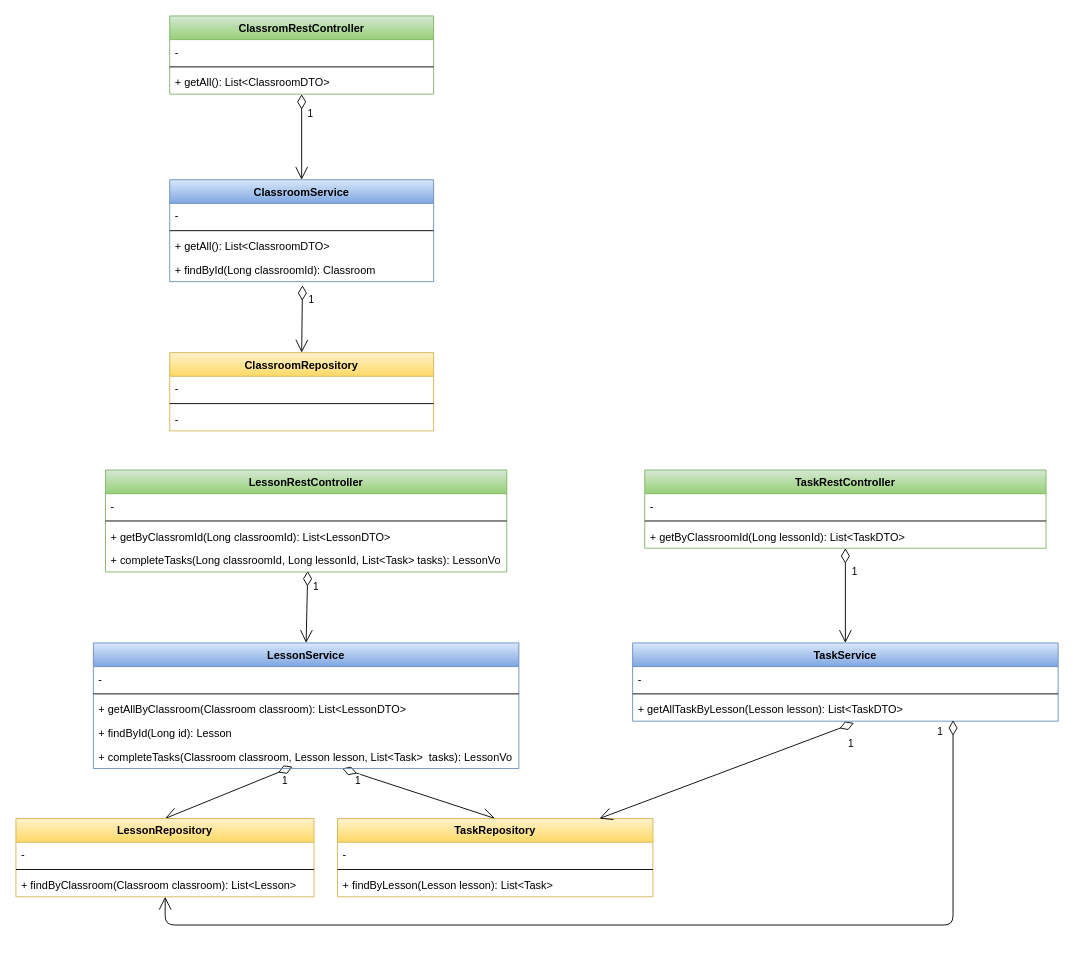
This is page "Services" (2 of 2) of doc/UML.drawio from zolezzi/VirTuAula, a draw.io file, before an edit. Source tidied: cells renumbered, new cells numbered last; positions are measured from the earlier drawing's top-left corner, leaving out a move shared by most shapes. Both pictures are drawn from the tidied source at 91%, with x=0, y=0 at pixel (15, 15).
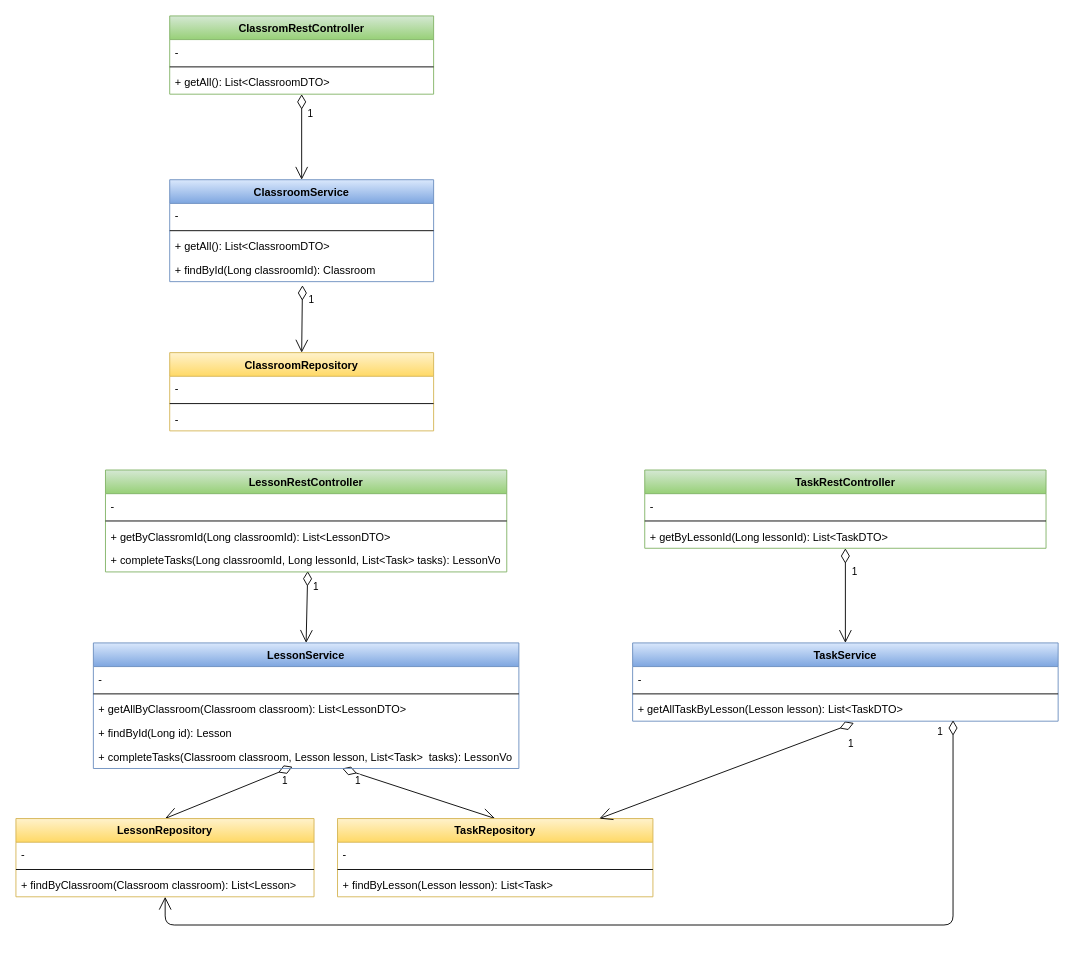
Above is the later version.

The change refers to these unchanged cells:
```xml
<mxCell id="41" value="TaskRestController" style="swimlane;fontStyle=1;align=center;verticalAlign=top;horizontal=1;startSize=26;fillColor=#d5e8d4;strokeColor=#82b366;gradientColor=#97d077;" parent="1" vertex="1">
  <mxGeometry x="691" y="499" width="441" height="86" as="geometry" />
</mxCell>
```

Diff of the diagram source:
```diff
@@
-    <mxCell id="44" value="+ getByClassroomId(Long lessonId): List&lt;TaskDTO&gt;" style="text;strokeColor=none;fillColor=none;align=left;verticalAlign=top;spacingLeft=4;spacingRight=4;overflow=hidden;points=[[0,0.5],[1,0.5]];portConstraint=eastwest;" parent="41" vertex="1">
+    <mxCell id="44" value="+ getByLessonId(Long lessonId): List&lt;TaskDTO&gt;" style="text;strokeColor=none;fillColor=none;align=left;verticalAlign=top;spacingLeft=4;spacingRight=4;overflow=hidden;points=[[0,0.5],[1,0.5]];portConstraint=eastwest;" parent="41" vertex="1">
       <mxGeometry y="60" width="441" height="26" as="geometry" />
     </mxCell>
```
